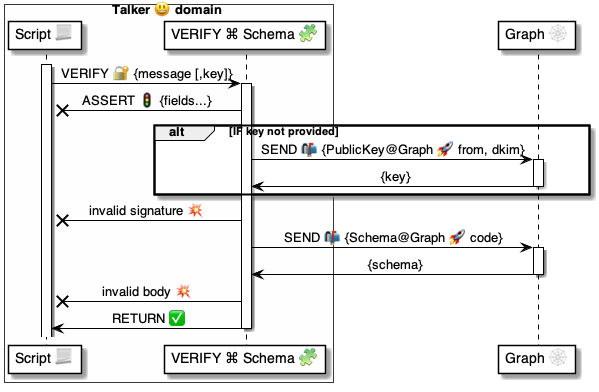
Earlier version of the PlantUML export 4 ⚙️ Solution/37 Scripts 📃/📃 Commands ⌘/⌘ for messages 📨/VERIFY 🔐/VERIFY Schema 🧩/🔐 VERIFY Schema ⚙️ uml.png (pollyweb-org/pollyweb-docs). Its source is kept beside it as 4 ⚙️ Solution/37 Scripts 📃/📃 Commands ⌘/⌘ for messages 📨/VERIFY 🔐/VERIFY Schema 🧩/🔐 VERIFY Schema ⚙️ uml.puml.
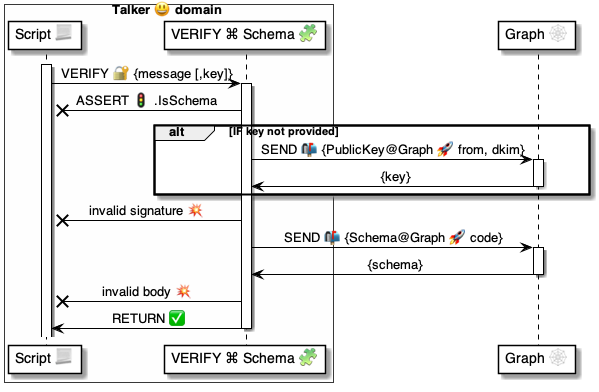
Above is the later version.

The edit, as a diff of the source:
```diff
@@ -12,7 +12,7 @@
 
 activate verify
 
-    verify -x script: ASSERT 🚦 {fields...}
+    verify -x script: ASSERT 🚦 .IsSchema
 
     alt IF key not provided
         verify -> graph: SEND 📬 {PublicKey@Graph 🚀 from, dkim}
```
